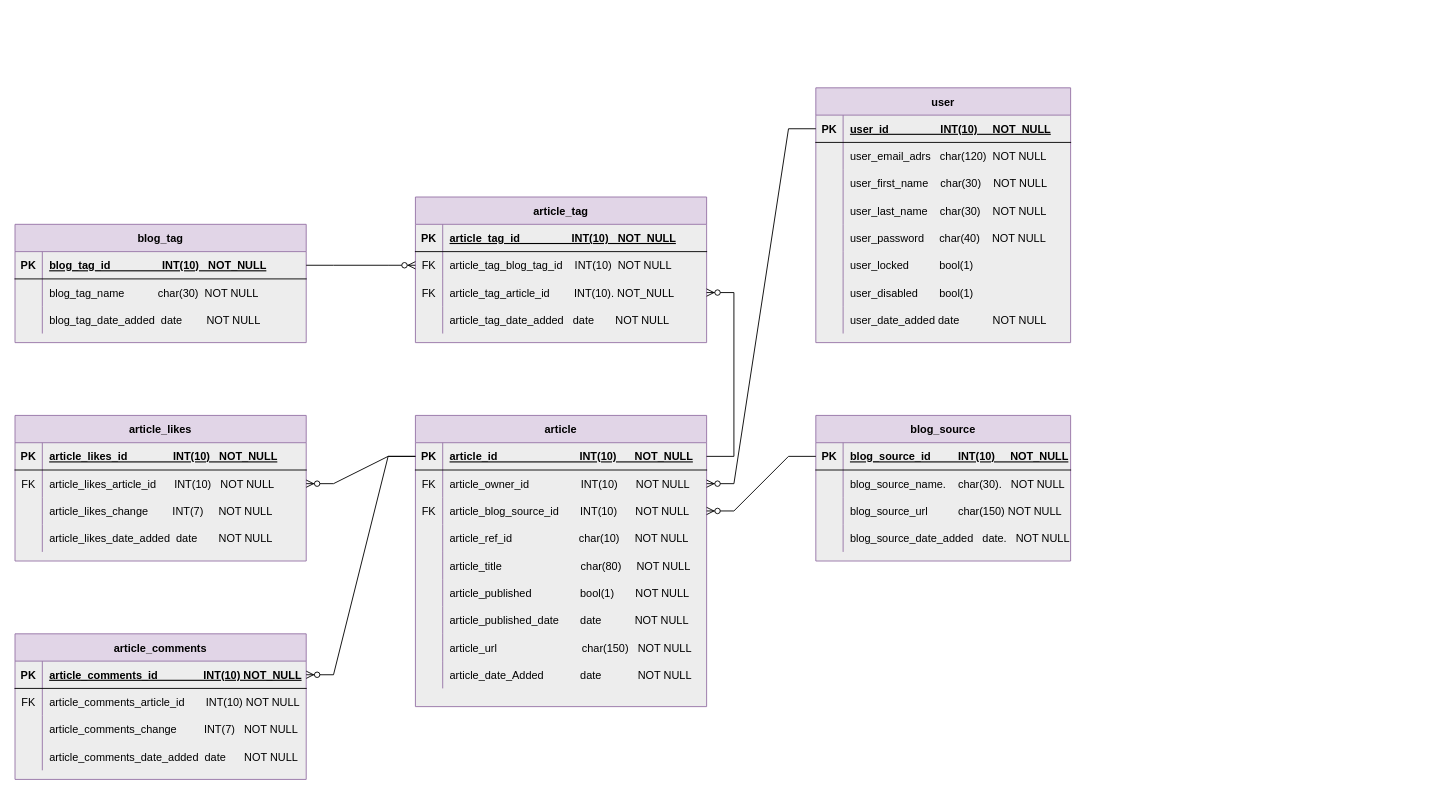
Above: development_docs/003-db-design.drawio in York13Pud/python-project-dev-to-stats (draw.io), before the change. Source tidied: cells renumbered, new cells numbered last; positions are measured from the earlier drawing's top-left corner, leaving out a move shared by most shapes. Both pictures are drawn from the tidied source at 91%, with x=0, y=0 at pixel (15, 87).
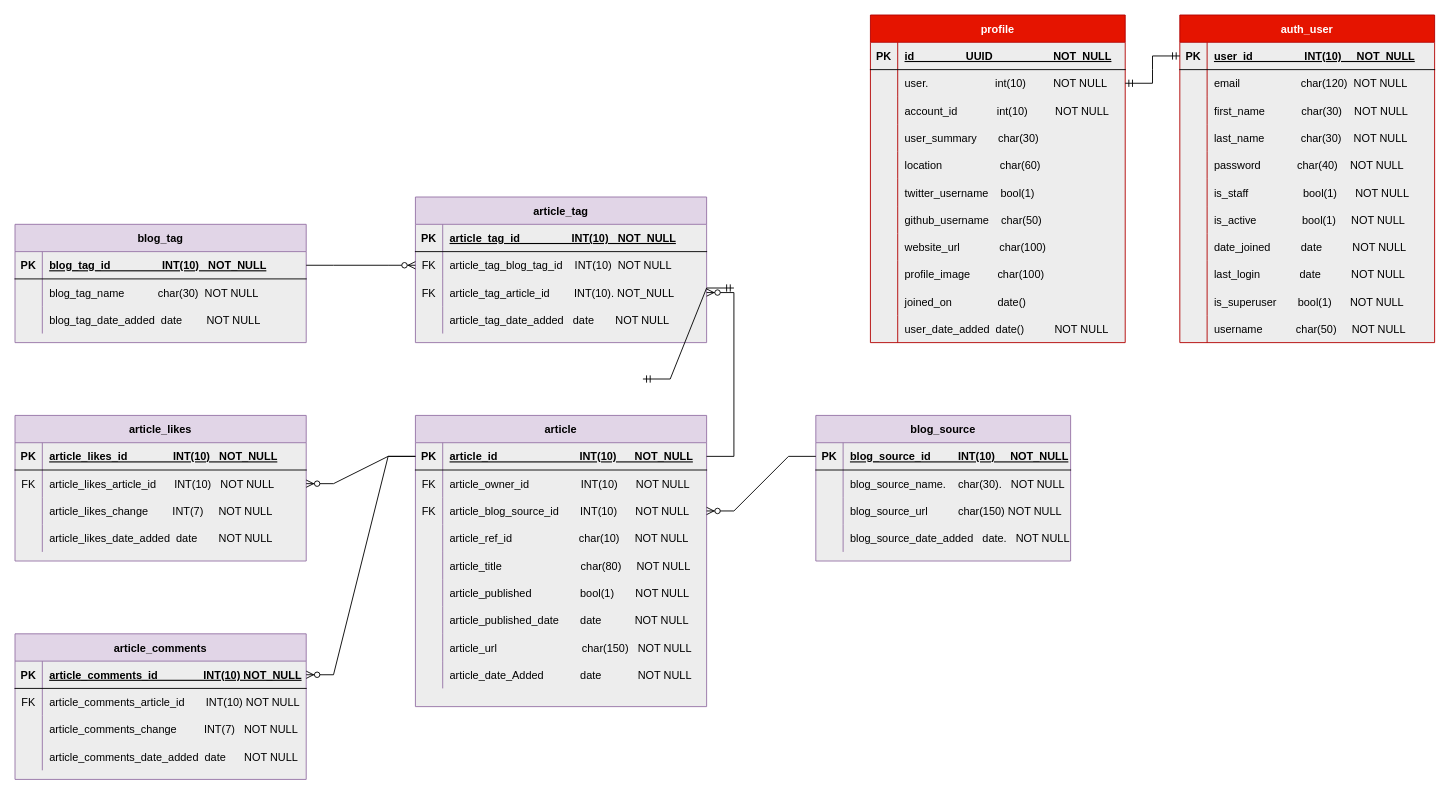
After the change.

Unchanged cells that the change refers to:
```xml
<mxCell id="3" style="shape=partialRectangle;fillColor=none;points=[[0,0.5],[1,0.5]];portConstraint=eastwest;top=0;left=0;right=0;bottom=1;" parent="2" vertex="1">
  <mxGeometry y="30" width="280" height="30" as="geometry" />
</mxCell>
<mxCell id="6" style="shape=partialRectangle;fillColor=none;points=[[0,0.5],[1,0.5]];portConstraint=eastwest;top=0;left=0;right=0;bottom=0;" parent="2" vertex="1">
  <mxGeometry y="60" width="280" height="30" as="geometry" />
</mxCell>
<mxCell id="9" style="shape=tableRow;horizontal=0;startSize=0;swimlaneHead=0;swimlaneBody=0;fillColor=none;top=0;left=0;right=0;bottom=0;" parent="2" vertex="1">
  <mxGeometry y="90" width="280" height="30" as="geometry" />
</mxCell>
<mxCell id="12" style="shape=tableRow;horizontal=0;startSize=0;swimlaneHead=0;swimlaneBody=0;fillColor=none;top=0;left=0;right=0;bottom=0;" parent="2" vertex="1">
  <mxGeometry y="120" width="280" height="30" as="geometry" />
</mxCell>
<mxCell id="15" style="shape=tableRow;horizontal=0;startSize=0;swimlaneHead=0;swimlaneBody=0;fillColor=none;top=0;left=0;right=0;bottom=0;" parent="2" vertex="1">
  <mxGeometry y="150" width="280" height="30" as="geometry" />
</mxCell>
<mxCell id="18" style="shape=tableRow;horizontal=0;startSize=0;swimlaneHead=0;swimlaneBody=0;fillColor=none;top=0;left=0;right=0;bottom=0;" parent="2" vertex="1">
  <mxGeometry y="180" width="280" height="30" as="geometry" />
</mxCell>
<mxCell id="21" style="shape=tableRow;horizontal=0;startSize=0;swimlaneHead=0;swimlaneBody=0;fillColor=none;top=0;left=0;right=0;bottom=0;" parent="2" vertex="1">
  <mxGeometry y="210" width="280" height="30" as="geometry" />
</mxCell>
<mxCell id="31" style="shape=tableRow;horizontal=0;startSize=0;swimlaneHead=0;swimlaneBody=0;fillColor=none;points=[[0,0.5],[1,0.5]];portConstraint=eastwest;top=0;left=0;right=0;bottom=0;" parent="27" vertex="1">
  <mxGeometry y="60" width="320" height="30" as="geometry" />
</mxCell>
```

Change to the diagram source:
```diff
@@
-    <mxCell id="2" value="user" style="shape=table;startSize=30;childLayout=tableLayout;rowLines=0;fontStyle=1;align=center;fillColor=#e1d5e7;strokeColor=#9673a6;swimlaneFillColor=#EDEDED;" parent="1" vertex="1">
-      <mxGeometry x="880" width="280" height="280" as="geometry" />
+    <mxCell id="2" value="profile" style="shape=table;startSize=30;childLayout=tableLayout;rowLines=0;fontStyle=1;align=center;fillColor=#e51400;strokeColor=#B20000;swimlaneFillColor=#EDEDED;fontColor=#ffffff;" parent="1" vertex="1">
+      <mxGeometry x="940" y="-80" width="280" height="360" as="geometry" />
     </mxCell>
@@
-    <mxCell id="5" value="user_id                 INT(10)     NOT_NULL" style="shape=partialRectangle;overflow=hidden;fillColor=none;top=0;left=0;bottom=0;right=0;align=left;spacingLeft=6;fontStyle=5;" parent="3" vertex="1">
+    <mxCell id="5" value="id                 UUID                    NOT_NULL" style="shape=partialRectangle;overflow=hidden;fillColor=none;top=0;left=0;bottom=0;right=0;align=left;spacingLeft=6;fontStyle=5;" parent="3" vertex="1">
       <mxGeometry x="30" width="250" height="30" as="geometry" />
     </mxCell>
@@
-    <mxCell id="8" value="user_email_adrs   char(120)  NOT NULL" style="shape=partialRectangle;overflow=hidden;fillColor=none;top=0;left=0;bottom=0;right=0;align=left;spacingLeft=6;" parent="6" vertex="1">
+    <mxCell id="8" value="user.                      int(10)         NOT NULL" style="shape=partialRectangle;overflow=hidden;fillColor=none;top=0;left=0;bottom=0;right=0;align=left;spacingLeft=6;" parent="6" vertex="1">
       <mxGeometry x="30" width="250" height="30" as="geometry" />
     </mxCell>
@@
-    <mxCell id="11" value="user_first_name    char(30)    NOT NULL" style="shape=partialRectangle;fillColor=none;top=0;left=0;bottom=0;right=0;align=left;spacingLeft=6;fontStyle=0;overflow=hidden;" parent="9" vertex="1">
+    <mxCell id="11" value="account_id             int(10)         NOT NULL" style="shape=partialRectangle;fillColor=none;top=0;left=0;bottom=0;right=0;align=left;spacingLeft=6;fontStyle=0;overflow=hidden;" parent="9" vertex="1">
       <mxGeometry x="30" width="250" height="30" as="geometry" />
     </mxCell>
@@
-    <mxCell id="14" value="user_last_name    char(30)    NOT NULL" style="shape=partialRectangle;fillColor=none;top=0;left=0;bottom=0;right=0;align=left;spacingLeft=6;overflow=hidden;" parent="12" vertex="1">
+    <mxCell id="14" value="user_summary       char(30)" style="shape=partialRectangle;fillColor=none;top=0;left=0;bottom=0;right=0;align=left;spacingLeft=6;overflow=hidden;" parent="12" vertex="1">
       <mxGeometry x="30" width="250" height="30" as="geometry" />
     </mxCell>
@@
-    <mxCell id="17" value="user_password     char(40)    NOT NULL" style="shape=partialRectangle;fillColor=none;top=0;left=0;bottom=0;right=0;align=left;spacingLeft=6;overflow=hidden;" parent="15" vertex="1">
+    <mxCell id="17" value="location                   char(60)" style="shape=partialRectangle;fillColor=none;top=0;left=0;bottom=0;right=0;align=left;spacingLeft=6;overflow=hidden;" parent="15" vertex="1">
       <mxGeometry x="30" width="250" height="30" as="geometry" />
     </mxCell>
@@
-    <mxCell id="20" value="user_locked          bool(1) " style="shape=partialRectangle;fillColor=none;top=0;left=0;bottom=0;right=0;align=left;spacingLeft=6;overflow=hidden;" parent="18" vertex="1">
+    <mxCell id="20" value="twitter_username    bool(1) " style="shape=partialRectangle;fillColor=none;top=0;left=0;bottom=0;right=0;align=left;spacingLeft=6;overflow=hidden;" parent="18" vertex="1">
       <mxGeometry x="30" width="250" height="30" as="geometry" />
     </mxCell>
@@
-    <mxCell id="23" value="user_disabled       bool(1)" style="shape=partialRectangle;fillColor=none;top=0;left=0;bottom=0;right=0;align=left;spacingLeft=6;overflow=hidden;" parent="21" vertex="1">
+    <mxCell id="23" value="github_username    char(50)" style="shape=partialRectangle;fillColor=none;top=0;left=0;bottom=0;right=0;align=left;spacingLeft=6;overflow=hidden;" parent="21" vertex="1">
       <mxGeometry x="30" width="250" height="30" as="geometry" />
     </mxCell>
+    <mxCell id="123" style="shape=tableRow;horizontal=0;startSize=0;swimlaneHead=0;swimlaneBody=0;fillColor=none;top=0;left=0;right=0;bottom=0;" parent="2" vertex="1">
+      <mxGeometry y="240" width="280" height="30" as="geometry" />
+    </mxCell>
+    <mxCell id="124" style="shape=partialRectangle;fillColor=none;top=0;left=0;bottom=0;right=0;overflow=hidden;" parent="123" vertex="1">
+      <mxGeometry width="30" height="30" as="geometry" />
+    </mxCell>
+    <mxCell id="125" value="website_url             char(100)" style="shape=partialRectangle;fillColor=none;top=0;left=0;bottom=0;right=0;align=left;spacingLeft=6;overflow=hidden;" parent="123" vertex="1">
+      <mxGeometry x="30" width="250" height="30" as="geometry" />
+    </mxCell>
+    <mxCell id="126" style="shape=tableRow;horizontal=0;startSize=0;swimlaneHead=0;swimlaneBody=0;fillColor=none;top=0;left=0;right=0;bottom=0;" parent="2" vertex="1">
+      <mxGeometry y="270" width="280" height="30" as="geometry" />
+    </mxCell>
+    <mxCell id="127" style="shape=partialRectangle;fillColor=none;top=0;left=0;bottom=0;right=0;overflow=hidden;" parent="126" vertex="1">
+      <mxGeometry width="30" height="30" as="geometry" />
+    </mxCell>
+    <mxCell id="128" value="profile_image         char(100)" style="shape=partialRectangle;fillColor=none;top=0;left=0;bottom=0;right=0;align=left;spacingLeft=6;overflow=hidden;" parent="126" vertex="1">
+      <mxGeometry x="30" width="250" height="30" as="geometry" />
+    </mxCell>
+    <mxCell id="129" style="shape=tableRow;horizontal=0;startSize=0;swimlaneHead=0;swimlaneBody=0;fillColor=none;top=0;left=0;right=0;bottom=0;" parent="2" vertex="1">
+      <mxGeometry y="300" width="280" height="30" as="geometry" />
+    </mxCell>
+    <mxCell id="130" style="shape=partialRectangle;fillColor=none;top=0;left=0;bottom=0;right=0;overflow=hidden;" parent="129" vertex="1">
+      <mxGeometry width="30" height="30" as="geometry" />
+    </mxCell>
+    <mxCell id="131" value="joined_on               date()" style="shape=partialRectangle;fillColor=none;top=0;left=0;bottom=0;right=0;align=left;spacingLeft=6;overflow=hidden;" parent="129" vertex="1">
+      <mxGeometry x="30" width="250" height="30" as="geometry" />
+    </mxCell>
     <mxCell id="24" style="shape=tableRow;horizontal=0;startSize=0;swimlaneHead=0;swimlaneBody=0;fillColor=none;top=0;left=0;right=0;bottom=0;" parent="2" vertex="1">
-      <mxGeometry y="240" width="280" height="30" as="geometry" />
+      <mxGeometry y="330" width="280" height="30" as="geometry" />
     </mxCell>
@@
-    <mxCell id="26" value="user_date_added date           NOT NULL" style="shape=partialRectangle;fillColor=none;top=0;left=0;bottom=0;right=0;align=left;spacingLeft=6;overflow=hidden;" parent="24" vertex="1">
+    <mxCell id="26" value="user_date_added  date()          NOT NULL" style="shape=partialRectangle;fillColor=none;top=0;left=0;bottom=0;right=0;align=left;spacingLeft=6;overflow=hidden;" parent="24" vertex="1">
       <mxGeometry x="30" width="250" height="30" as="geometry" />
     </mxCell>
@@
-    <mxCell id="78" style="edgeStyle=entityRelationEdgeStyle;fontSize=12;html=1;endArrow=ERzeroToMany;endFill=1;rounded=0;exitX=0;exitY=0.5;exitDx=0;exitDy=0;entryX=1;entryY=0.5;entryDx=0;entryDy=0;" parent="1" edge="1" source="3" target="31">
-      <mxGeometry relative="1" as="geometry" />
-    </mxCell>
@@
+    <mxCell id="132" value="auth_user" style="shape=table;startSize=30;childLayout=tableLayout;rowLines=0;fontStyle=1;align=center;fillColor=#e51400;strokeColor=#B20000;swimlaneFillColor=#EDEDED;fontColor=#ffffff;" parent="1" vertex="1">
+      <mxGeometry x="1280" y="-80" width="280" height="360" as="geometry" />
+    </mxCell>
+    <mxCell id="133" style="shape=partialRectangle;fillColor=none;points=[[0,0.5],[1,0.5]];portConstraint=eastwest;top=0;left=0;right=0;bottom=1;" parent="132" vertex="1">
+      <mxGeometry y="30" width="280" height="30" as="geometry" />
+    </mxCell>
+    <mxCell id="134" value="PK" style="shape=partialRectangle;overflow=hidden;fillColor=none;top=0;left=0;bottom=0;right=0;fontStyle=1;" parent="133" vertex="1">
+      <mxGeometry width="30" height="30" as="geometry" />
+    </mxCell>
+    <mxCell id="135" value="user_id                 INT(10)     NOT_NULL" style="shape=partialRectangle;overflow=hidden;fillColor=none;top=0;left=0;bottom=0;right=0;align=left;spacingLeft=6;fontStyle=5;" parent="133" vertex="1">
+      <mxGeometry x="30" width="250" height="30" as="geometry" />
+    </mxCell>
+    <mxCell id="136" style="shape=partialRectangle;fillColor=none;top=0;left=0;right=0;bottom=0;" parent="132" vertex="1">
+      <mxGeometry y="60" width="280" height="30" as="geometry" />
+    </mxCell>
+    <mxCell id="137" style="shape=partialRectangle;overflow=hidden;fillColor=none;top=0;left=0;bottom=0;right=0;" parent="136" vertex="1">
+      <mxGeometry width="30" height="30" as="geometry" />
+    </mxCell>
+    <mxCell id="138" value="email                     char(120)  NOT NULL" style="shape=partialRectangle;overflow=hidden;fillColor=none;top=0;left=0;bottom=0;right=0;align=left;spacingLeft=6;" parent="136" vertex="1">
+      <mxGeometry x="30" width="250" height="30" as="geometry" />
+    </mxCell>
+    <mxCell id="139" style="shape=tableRow;horizontal=0;startSize=0;swimlaneHead=0;swimlaneBody=0;fillColor=none;top=0;left=0;right=0;bottom=0;" parent="132" vertex="1">
+      <mxGeometry y="90" width="280" height="30" as="geometry" />
+    </mxCell>
+    <mxCell id="140" style="shape=partialRectangle;fillColor=none;top=0;left=0;bottom=0;right=0;fontStyle=0;overflow=hidden;" parent="139" vertex="1">
+      <mxGeometry width="30" height="30" as="geometry" />
+    </mxCell>
+    <mxCell id="141" value="first_name            char(30)    NOT NULL" style="shape=partialRectangle;fillColor=none;top=0;left=0;bottom=0;right=0;align=left;spacingLeft=6;fontStyle=0;overflow=hidden;" parent="139" vertex="1">
+      <mxGeometry x="30" width="250" height="30" as="geometry" />
+    </mxCell>
+    <mxCell id="142" style="shape=tableRow;horizontal=0;startSize=0;swimlaneHead=0;swimlaneBody=0;fillColor=none;top=0;left=0;right=0;bottom=0;" parent="132" vertex="1">
+      <mxGeometry y="120" width="280" height="30" as="geometry" />
+    </mxCell>
+    <mxCell id="143" style="shape=partialRectangle;fillColor=none;top=0;left=0;bottom=0;right=0;overflow=hidden;" parent="142" vertex="1">
+      <mxGeometry width="30" height="30" as="geometry" />
+    </mxCell>
+    <mxCell id="144" value="last_name            char(30)    NOT NULL" style="shape=partialRectangle;fillColor=none;top=0;left=0;bottom=0;right=0;align=left;spacingLeft=6;overflow=hidden;" parent="142" vertex="1">
+      <mxGeometry x="30" width="250" height="30" as="geometry" />
+    </mxCell>
+    <mxCell id="145" style="shape=tableRow;horizontal=0;startSize=0;swimlaneHead=0;swimlaneBody=0;fillColor=none;top=0;left=0;right=0;bottom=0;" parent="132" vertex="1">
+      <mxGeometry y="150" width="280" height="30" as="geometry" />
+    </mxCell>
+    <mxCell id="146" style="shape=partialRectangle;fillColor=none;top=0;left=0;bottom=0;right=0;overflow=hidden;" parent="145" vertex="1">
+      <mxGeometry width="30" height="30" as="geometry" />
+    </mxCell>
+    <mxCell id="147" value="password             char(40)    NOT NULL" style="shape=partialRectangle;fillColor=none;top=0;left=0;bottom=0;right=0;align=left;spacingLeft=6;overflow=hidden;" parent="145" vertex="1">
+      <mxGeometry x="30" width="250" height="30" as="geometry" />
+    </mxCell>
+    <mxCell id="148" style="shape=tableRow;horizontal=0;startSize=0;swimlaneHead=0;swimlaneBody=0;fillColor=none;top=0;left=0;right=0;bottom=0;" parent="132" vertex="1">
+      <mxGeometry y="180" width="280" height="30" as="geometry" />
+    </mxCell>
+    <mxCell id="149" style="shape=partialRectangle;fillColor=none;top=0;left=0;bottom=0;right=0;overflow=hidden;" parent="148" vertex="1">
+      <mxGeometry width="30" height="30" as="geometry" />
+    </mxCell>
+    <mxCell id="150" value="is_staff                  bool(1)      NOT NULL" style="shape=partialRectangle;fillColor=none;top=0;left=0;bottom=0;right=0;align=left;spacingLeft=6;overflow=hidden;" parent="148" vertex="1">
+      <mxGeometry x="30" width="250" height="30" as="geometry" />
+    </mxCell>
+    <mxCell id="151" style="shape=tableRow;horizontal=0;startSize=0;swimlaneHead=0;swimlaneBody=0;fillColor=none;top=0;left=0;right=0;bottom=0;" parent="132" vertex="1">
+      <mxGeometry y="210" width="280" height="30" as="geometry" />
+    </mxCell>
+    <mxCell id="152" style="shape=partialRectangle;fillColor=none;top=0;left=0;bottom=0;right=0;overflow=hidden;" parent="151" vertex="1">
+      <mxGeometry width="30" height="30" as="geometry" />
+    </mxCell>
+    <mxCell id="153" value="is_active               bool(1)     NOT NULL" style="shape=partialRectangle;fillColor=none;top=0;left=0;bottom=0;right=0;align=left;spacingLeft=6;overflow=hidden;" parent="151" vertex="1">
+      <mxGeometry x="30" width="250" height="30" as="geometry" />
+    </mxCell>
+    <mxCell id="154" style="shape=tableRow;horizontal=0;startSize=0;swimlaneHead=0;swimlaneBody=0;fillColor=none;top=0;left=0;right=0;bottom=0;" parent="132" vertex="1">
+      <mxGeometry y="240" width="280" height="30" as="geometry" />
+    </mxCell>
+    <mxCell id="155" style="shape=partialRectangle;fillColor=none;top=0;left=0;bottom=0;right=0;overflow=hidden;" parent="154" vertex="1">
+      <mxGeometry width="30" height="30" as="geometry" />
+    </mxCell>
+    <mxCell id="156" value="date_joined          date          NOT NULL" style="shape=partialRectangle;fillColor=none;top=0;left=0;bottom=0;right=0;align=left;spacingLeft=6;overflow=hidden;" parent="154" vertex="1">
+      <mxGeometry x="30" width="250" height="30" as="geometry" />
+    </mxCell>
+    <mxCell id="157" style="shape=tableRow;horizontal=0;startSize=0;swimlaneHead=0;swimlaneBody=0;fillColor=none;top=0;left=0;right=0;bottom=0;" parent="132" vertex="1">
+      <mxGeometry y="270" width="280" height="30" as="geometry" />
+    </mxCell>
+    <mxCell id="158" style="shape=partialRectangle;fillColor=none;top=0;left=0;bottom=0;right=0;overflow=hidden;" parent="157" vertex="1">
+      <mxGeometry width="30" height="30" as="geometry" />
+    </mxCell>
+    <mxCell id="159" value="last_login             date          NOT NULL" style="shape=partialRectangle;fillColor=none;top=0;left=0;bottom=0;right=0;align=left;spacingLeft=6;overflow=hidden;" parent="157" vertex="1">
+      <mxGeometry x="30" width="250" height="30" as="geometry" />
+    </mxCell>
+    <mxCell id="160" style="shape=tableRow;horizontal=0;startSize=0;swimlaneHead=0;swimlaneBody=0;fillColor=none;top=0;left=0;right=0;bottom=0;" parent="132" vertex="1">
+      <mxGeometry y="300" width="280" height="30" as="geometry" />
+    </mxCell>
+    <mxCell id="161" style="shape=partialRectangle;fillColor=none;top=0;left=0;bottom=0;right=0;overflow=hidden;" parent="160" vertex="1">
+      <mxGeometry width="30" height="30" as="geometry" />
+    </mxCell>
+    <mxCell id="162" value="is_superuser       bool(1)      NOT NULL" style="shape=partialRectangle;fillColor=none;top=0;left=0;bottom=0;right=0;align=left;spacingLeft=6;overflow=hidden;" parent="160" vertex="1">
+      <mxGeometry x="30" width="250" height="30" as="geometry" />
+    </mxCell>
+    <mxCell id="163" style="shape=tableRow;horizontal=0;startSize=0;swimlaneHead=0;swimlaneBody=0;fillColor=none;top=0;left=0;right=0;bottom=0;" parent="132" vertex="1">
+      <mxGeometry y="330" width="280" height="30" as="geometry" />
+    </mxCell>
+    <mxCell id="164" style="shape=partialRectangle;fillColor=none;top=0;left=0;bottom=0;right=0;overflow=hidden;" parent="163" vertex="1">
+      <mxGeometry width="30" height="30" as="geometry" />
+    </mxCell>
+    <mxCell id="165" value="username           char(50)     NOT NULL" style="shape=partialRectangle;fillColor=none;top=0;left=0;bottom=0;right=0;align=left;spacingLeft=6;overflow=hidden;" parent="163" vertex="1">
+      <mxGeometry x="30" width="250" height="30" as="geometry" />
+    </mxCell>
+    <mxCell id="166" style="edgeStyle=entityRelationEdgeStyle;fontSize=12;html=1;endArrow=ERmandOne;startArrow=ERmandOne;rounded=0;" parent="1" edge="1">
+      <mxGeometry relative="1" as="geometry">
+        <mxPoint x="690" y="320" as="sourcePoint" />
+        <mxPoint x="790" y="220" as="targetPoint" />
+      </mxGeometry>
+    </mxCell>
+    <mxCell id="167" style="edgeStyle=entityRelationEdgeStyle;fontSize=12;html=1;endArrow=ERmandOne;startArrow=ERmandOne;rounded=0;entryX=0;entryY=0.5;entryDx=0;entryDy=0;exitX=1;exitY=0.5;exitDx=0;exitDy=0;" parent="1" edge="1" source="6" target="133">
+      <mxGeometry relative="1" as="geometry" />
+    </mxCell>
```
